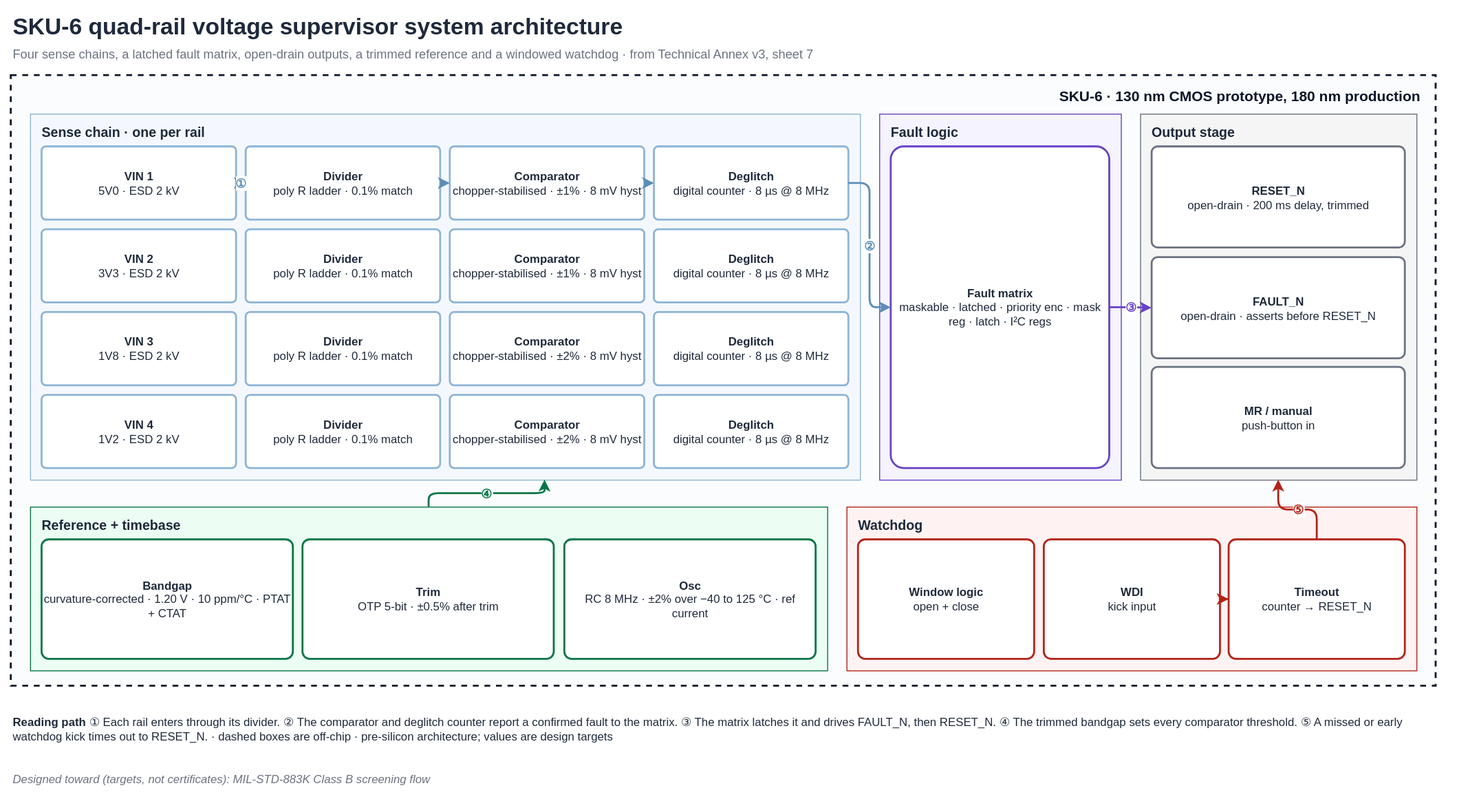
shekerkamma/deepgrid-dr-silicon-v10 keeps this draw.io diagram as public/diagrams/sku-6-architecture.svg. Above is the earlier version. Source tidied: cells renumbered, new cells last; positions are measured from the earlier drawing's top-left corner, leaving out a move shared by most shapes.
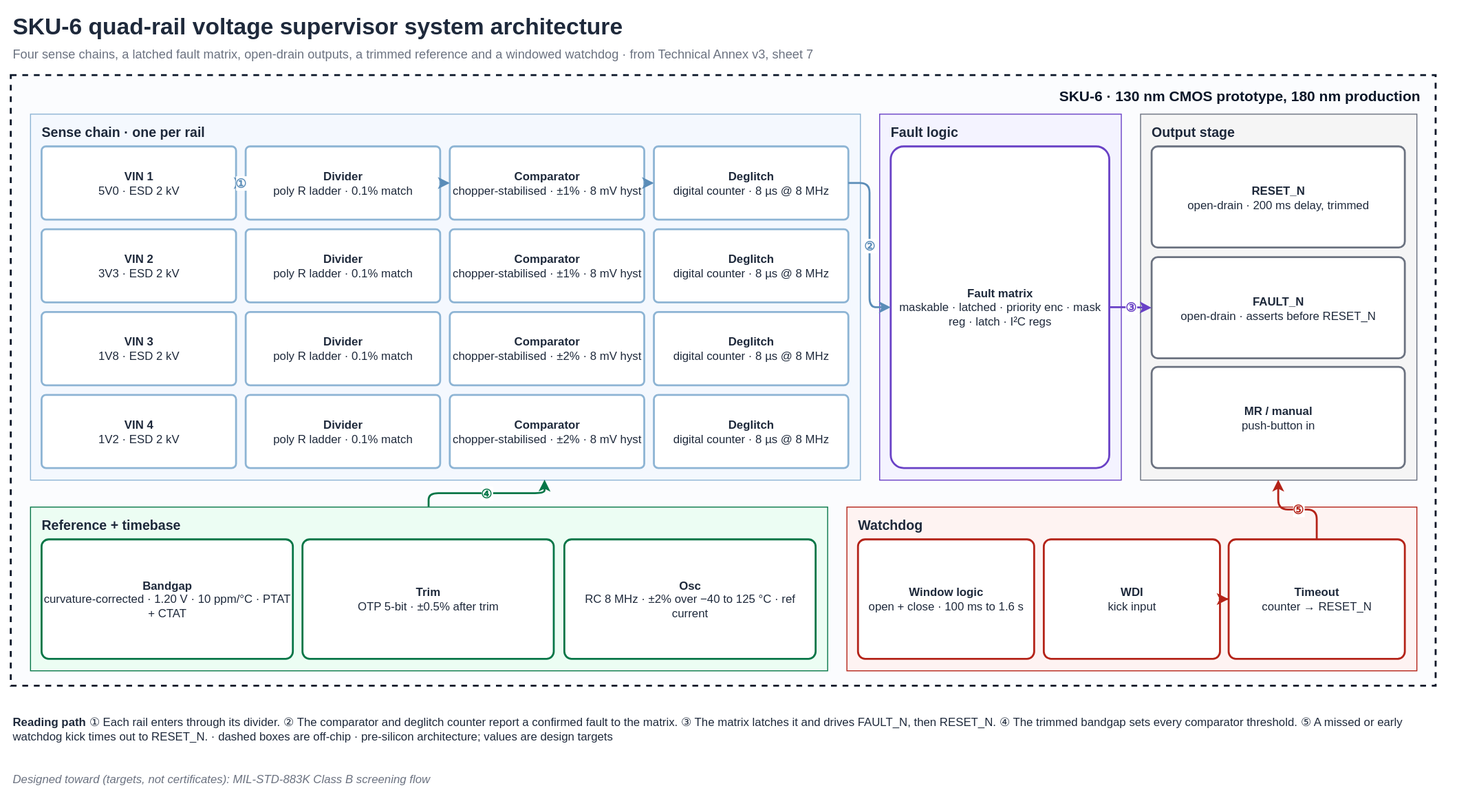
After the commit.

The edit, as a diff of the source:
```diff
@@ -95,7 +95,7 @@
     <mxCell id="32" value="Watchdog" style="rounded=0;whiteSpace=wrap;html=1;fillColor=#FEF3F2;strokeColor=#B42318;verticalAlign=top;align=left;spacingLeft=10;spacingTop=4;fontSize=14;fontStyle=1;fontColor=#1E293B;" parent="1" vertex="1">
       <mxGeometry x="868" y="516" width="592" height="170" as="geometry" />
     </mxCell>
-    <mxCell id="33" value="&lt;b&gt;Window logic&lt;/b&gt;&lt;br&gt;open + close" style="rounded=1;whiteSpace=wrap;html=1;fillColor=#FFFFFF;strokeColor=#B42318;strokeWidth=2;fontSize=12;fontColor=#1E293B;arcSize=6;" parent="1" vertex="1">
+    <mxCell id="33" value="&lt;b&gt;Window logic&lt;/b&gt;&lt;br&gt;open + close · 100 ms to 1.6 s" style="rounded=1;whiteSpace=wrap;html=1;fillColor=#FFFFFF;strokeColor=#B42318;strokeWidth=2;fontSize=12;fontColor=#1E293B;arcSize=6;" parent="1" vertex="1">
       <mxGeometry x="880" y="550" width="183" height="124" as="geometry" />
     </mxCell>
     <mxCell id="34" value="&lt;b&gt;WDI&lt;/b&gt;&lt;br&gt;kick input" style="rounded=1;whiteSpace=wrap;html=1;fillColor=#FFFFFF;strokeColor=#B42318;strokeWidth=2;fontSize=12;fontColor=#1E293B;arcSize=6;" parent="1" vertex="1">
```
